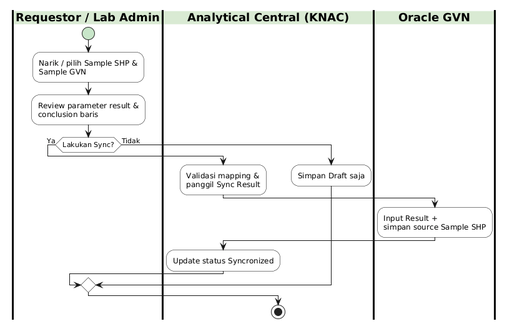
This is modules/sample-result-gvn-shp/screenshots/diagram_swimlane_result_sync.png from Agengkurnia/FSD-Generator-Engine, a PlantUML export, as it was before one commit.
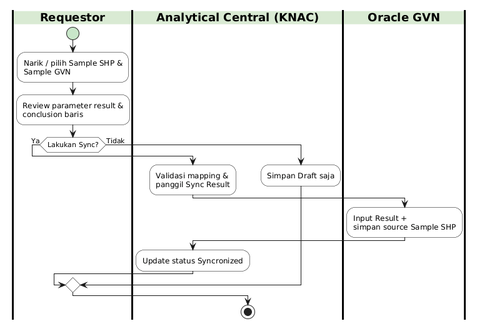
The same file after the commit.

The edit, as a diff of the source:
```diff
@@ -8,7 +8,7 @@
 skinparam ActivityStartColor #C8E6C9
 skinparam ActivityEndColor #B2DFDB
 
-|Requestor / Lab Admin|
+|Requestor|
 start
 :Narik / pilih Sample SHP &\nSample GVN;
 :Review parameter result &\nconclusion baris;
```
